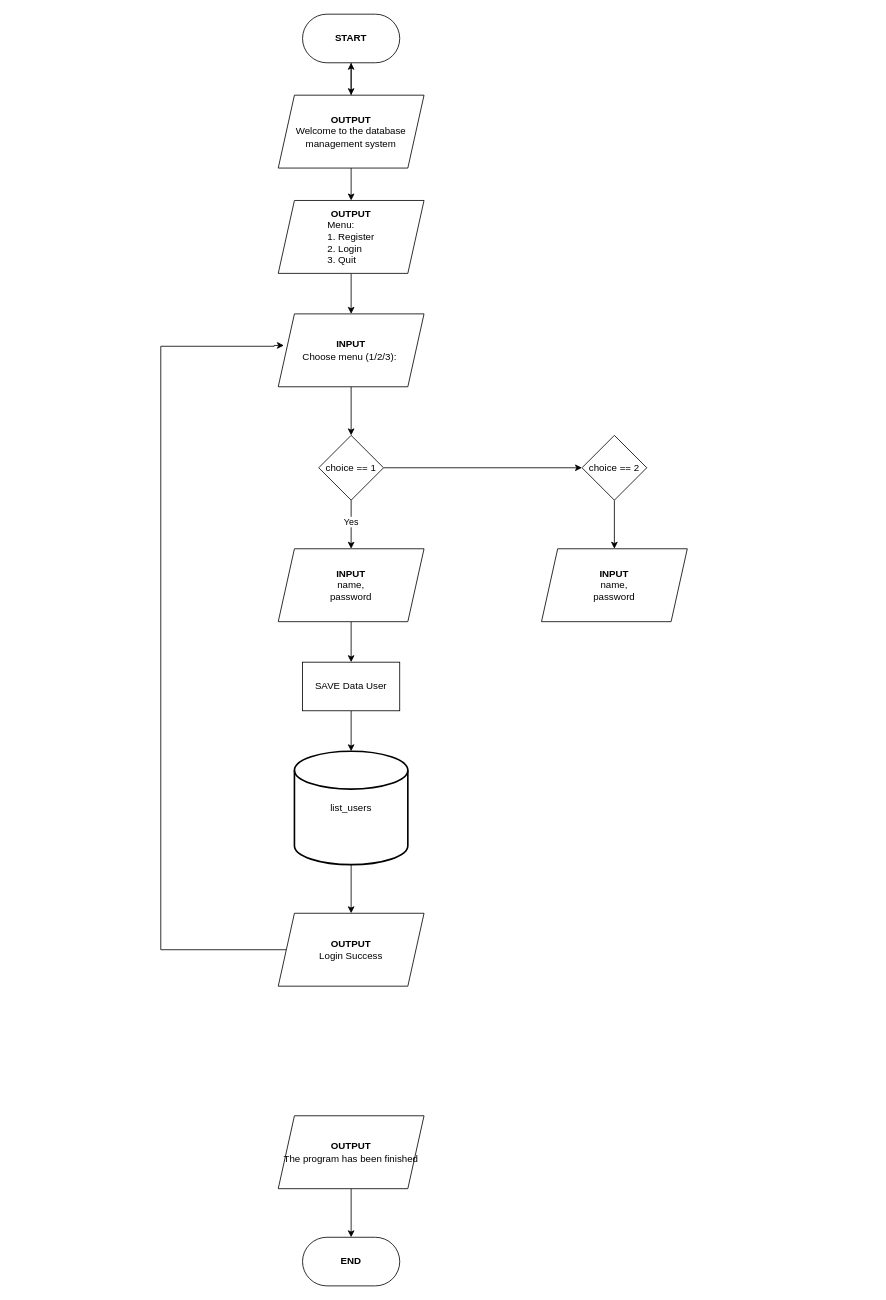
Earlier version of the draw.io diagram flowchart/posttest5.drawio (MatchaTi/apd). Source tidied: cells renumbered, new cells numbered last; positions are measured from the earlier drawing's top-left corner, leaving out a move shared by most shapes. Both pictures are drawn from the tidied source at 81%, with x=0, y=0 at pixel (160, 14).
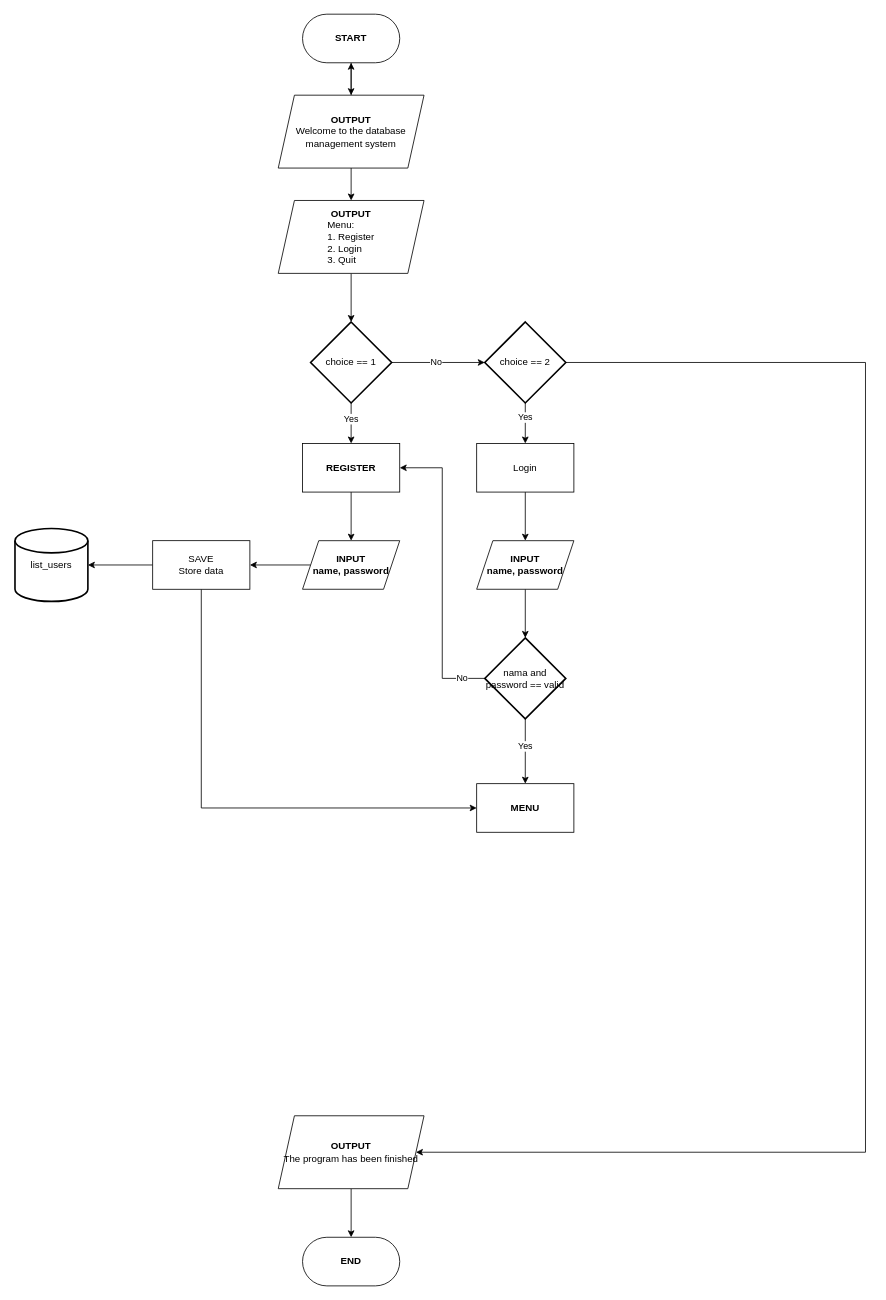
After the change.

Unchanged cells that the change refers to:
```xml
<mxCell id="8" value="&lt;b&gt;OUTPUT&lt;/b&gt;&lt;br&gt;&lt;div style=&quot;text-align: left;&quot;&gt;&lt;span style=&quot;background-color: initial;&quot;&gt;Menu:&lt;/span&gt;&lt;/div&gt;&lt;div style=&quot;text-align: left;&quot;&gt;1. Register&lt;/div&gt;&lt;div style=&quot;text-align: left;&quot;&gt;2. Login&lt;/div&gt;&lt;div style=&quot;text-align: left;&quot;&gt;3. Quit&lt;/div&gt;" style="shape=parallelogram;perimeter=parallelogramPerimeter;whiteSpace=wrap;html=1;fixedSize=1;" parent="1" vertex="1">
  <mxGeometry x="145" y="230" width="180" height="90" as="geometry" />
</mxCell>
<mxCell id="12" value="&lt;b&gt;OUTPUT&lt;/b&gt;&lt;br&gt;&lt;div style=&quot;text-align: left;&quot;&gt;The program has been finished&lt;/div&gt;" style="shape=parallelogram;perimeter=parallelogramPerimeter;whiteSpace=wrap;html=1;fixedSize=1;" parent="1" vertex="1">
  <mxGeometry x="145" y="1360" width="180" height="90" as="geometry" />
</mxCell>
```

The edit, as a diff of the source:
```diff
@@
-    <mxCell id="7" style="edgeStyle=orthogonalEdgeStyle;rounded=0;jettySize=auto;html=1;" parent="1" edge="1" source="8" target="10">
+    <mxCell id="7" style="edgeStyle=orthogonalEdgeStyle;rounded=0;jettySize=auto;html=1;entryX=0.5;entryY=0;entryDx=0;entryDy=0;entryPerimeter=0;" parent="1" edge="1" source="8" target="17">
       <mxGeometry relative="1" as="geometry" />
     </mxCell>
@@
-    <mxCell id="9" style="edgeStyle=orthogonalEdgeStyle;rounded=0;jettySize=auto;html=1;" parent="1" edge="1" source="10" target="17">
-      <mxGeometry relative="1" as="geometry" />
-    </mxCell>
-    <mxCell id="10" value="&lt;b&gt;INPUT&lt;/b&gt;&lt;br&gt;Choose menu (1/2/3):&amp;nbsp;" style="shape=parallelogram;perimeter=parallelogramPerimeter;whiteSpace=wrap;html=1;fixedSize=1;" parent="1" vertex="1">
-      <mxGeometry x="145" y="370" width="180" height="90" as="geometry" />
-    </mxCell>
@@
-    <mxCell id="14" style="edgeStyle=orthogonalEdgeStyle;rounded=0;jettySize=auto;html=1;" parent="1" edge="1" source="17" target="19">
-      <mxGeometry relative="1" as="geometry" />
-    </mxCell>
-    <mxCell id="15" value="Yes" style="edgeLabel;html=1;align=center;verticalAlign=middle;" parent="14" vertex="1">
-      <mxGeometry x="-0.12" y="-1" relative="1" as="geometry" />
-    </mxCell>
+    <mxCell id="29" style="edgeStyle=orthogonalEdgeStyle;rounded=0;jettySize=auto;html=1;entryX=0.5;entryY=0;entryDx=0;entryDy=0;" parent="1" edge="1" source="17" target="33">
+      <mxGeometry relative="1" as="geometry" />
+    </mxCell>
+    <mxCell id="30" value="Yes" style="edgeLabel;html=1;align=center;verticalAlign=middle;" parent="29" vertex="1">
+      <mxGeometry x="-0.26" y="5" relative="1" as="geometry">
+        <mxPoint x="-6" as="offset" />
+      </mxGeometry>
+    </mxCell>
-    <mxCell id="16" style="edgeStyle=orthogonalEdgeStyle;rounded=0;jettySize=auto;html=1;entryX=0;entryY=0.5;entryDx=0;entryDy=0;" parent="1" edge="1" source="17" target="25">
+    <mxCell id="16" style="edgeStyle=orthogonalEdgeStyle;rounded=0;jettySize=auto;html=1;" parent="1" edge="1" source="17" target="25">
       <mxGeometry relative="1" as="geometry" />
     </mxCell>
+    <mxCell id="31" value="No" style="edgeLabel;html=1;align=center;verticalAlign=middle;" parent="16" vertex="1">
+      <mxGeometry x="-0.07" y="4" relative="1" as="geometry">
+        <mxPoint x="1" y="3" as="offset" />
+      </mxGeometry>
+    </mxCell>
-    <mxCell id="17" value="choice == 1" style="rhombus;whiteSpace=wrap;html=1;" parent="1" vertex="1">
-      <mxGeometry x="195" y="520" width="80" height="80" as="geometry" />
+    <mxCell id="17" value="choice == 1" style="strokeWidth=2;html=1;shape=mxgraph.flowchart.decision;whiteSpace=wrap;" parent="1" vertex="1">
+      <mxGeometry x="185" y="380" width="100" height="100" as="geometry" />
     </mxCell>
-    <mxCell id="18" style="edgeStyle=orthogonalEdgeStyle;rounded=0;jettySize=auto;html=1;" parent="1" edge="1" source="19" target="21">
-      <mxGeometry relative="1" as="geometry" />
-    </mxCell>
-    <mxCell id="19" value="&lt;b&gt;INPUT&lt;br&gt;&lt;/b&gt;name,&lt;br&gt;password" style="shape=parallelogram;perimeter=parallelogramPerimeter;whiteSpace=wrap;html=1;fixedSize=1;" parent="1" vertex="1">
-      <mxGeometry x="145" y="660" width="180" height="90" as="geometry" />
-    </mxCell>
-    <mxCell id="20" style="edgeStyle=orthogonalEdgeStyle;rounded=0;jettySize=auto;html=1;" parent="1" edge="1" source="21" target="23">
-      <mxGeometry relative="1" as="geometry" />
-    </mxCell>
-    <mxCell id="21" value="SAVE Data User" style="rounded=0;whiteSpace=wrap;html=1;" parent="1" vertex="1">
-      <mxGeometry x="175" y="800" width="120" height="60" as="geometry" />
-    </mxCell>
-    <mxCell id="22" style="edgeStyle=orthogonalEdgeStyle;rounded=0;jettySize=auto;html=1;" parent="1" edge="1" source="23" target="28">
-      <mxGeometry relative="1" as="geometry" />
-    </mxCell>
+    <mxCell id="32" style="edgeStyle=orthogonalEdgeStyle;rounded=0;jettySize=auto;html=1;" parent="1" edge="1" source="33" target="35">
+      <mxGeometry relative="1" as="geometry" />
+    </mxCell>
+    <mxCell id="33" value="&lt;b&gt;REGISTER&lt;/b&gt;" style="rounded=0;whiteSpace=wrap;html=1;" parent="1" vertex="1">
+      <mxGeometry x="175" y="530" width="120" height="60" as="geometry" />
+    </mxCell>
+    <mxCell id="34" style="edgeStyle=orthogonalEdgeStyle;rounded=0;jettySize=auto;html=1;entryX=1;entryY=0.5;entryDx=0;entryDy=0;" parent="1" edge="1" source="35" target="38">
+      <mxGeometry relative="1" as="geometry" />
+    </mxCell>
+    <mxCell id="35" value="&lt;b&gt;INPUT&lt;br&gt;name, password&lt;br&gt;&lt;/b&gt;" style="shape=parallelogram;perimeter=parallelogramPerimeter;whiteSpace=wrap;html=1;fixedSize=1;" parent="1" vertex="1">
+      <mxGeometry x="175" y="650" width="120" height="60" as="geometry" />
+    </mxCell>
     <mxCell id="23" value="list_users" style="strokeWidth=2;html=1;shape=mxgraph.flowchart.database;whiteSpace=wrap;" parent="1" vertex="1">
-      <mxGeometry x="165" y="910" width="140" height="140" as="geometry" />
+      <mxGeometry x="-180" y="635" width="90" height="90" as="geometry" />
     </mxCell>
-    <mxCell id="24" style="edgeStyle=orthogonalEdgeStyle;rounded=0;jettySize=auto;html=1;" parent="1" edge="1" source="25" target="26">
-      <mxGeometry relative="1" as="geometry" />
-    </mxCell>
+    <mxCell id="36" style="edgeStyle=orthogonalEdgeStyle;rounded=0;jettySize=auto;html=1;" parent="1" edge="1" source="38" target="23">
+      <mxGeometry relative="1" as="geometry" />
+    </mxCell>
+    <mxCell id="37" style="edgeStyle=orthogonalEdgeStyle;rounded=0;jettySize=auto;html=1;entryX=0;entryY=0.5;entryDx=0;entryDy=0;" parent="1" edge="1" source="38" target="51">
+      <mxGeometry relative="1" as="geometry">
+        <Array as="points">
+          <mxPoint x="50" y="980" />
+        </Array>
+      </mxGeometry>
+    </mxCell>
+    <mxCell id="38" value="SAVE&lt;br&gt;Store data" style="rounded=0;whiteSpace=wrap;html=1;" parent="1" vertex="1">
+      <mxGeometry x="-10" y="650" width="120" height="60" as="geometry" />
+    </mxCell>
+    <mxCell id="39" style="edgeStyle=orthogonalEdgeStyle;rounded=0;jettySize=auto;html=1;" parent="1" edge="1" source="25" target="43">
+      <mxGeometry relative="1" as="geometry" />
+    </mxCell>
+    <mxCell id="40" value="Yes" style="edgeLabel;html=1;align=center;verticalAlign=middle;" parent="39" vertex="1">
+      <mxGeometry x="-0.31" y="4" relative="1" as="geometry">
+        <mxPoint x="-5" as="offset" />
+      </mxGeometry>
+    </mxCell>
+    <mxCell id="41" style="edgeStyle=orthogonalEdgeStyle;rounded=0;jettySize=auto;html=1;entryX=1;entryY=0.5;entryDx=0;entryDy=0;" parent="1" edge="1" source="25" target="12">
+      <mxGeometry relative="1" as="geometry">
+        <Array as="points">
+          <mxPoint x="870" y="430" />
+          <mxPoint x="870" y="1405" />
+        </Array>
+      </mxGeometry>
+    </mxCell>
-    <mxCell id="25" value="choice == 2" style="rhombus;whiteSpace=wrap;html=1;" parent="1" vertex="1">
-      <mxGeometry x="520" y="520" width="80" height="80" as="geometry" />
+    <mxCell id="25" value="choice == 2" style="strokeWidth=2;html=1;shape=mxgraph.flowchart.decision;whiteSpace=wrap;" parent="1" vertex="1">
+      <mxGeometry x="400" y="380" width="100" height="100" as="geometry" />
     </mxCell>
-    <mxCell id="26" value="&lt;b&gt;INPUT&lt;br&gt;&lt;/b&gt;name,&lt;br&gt;password" style="shape=parallelogram;perimeter=parallelogramPerimeter;whiteSpace=wrap;html=1;fixedSize=1;" parent="1" vertex="1">
-      <mxGeometry x="470" y="660" width="180" height="90" as="geometry" />
-    </mxCell>
-    <mxCell id="27" style="edgeStyle=orthogonalEdgeStyle;rounded=0;jettySize=auto;html=1;entryX=0.039;entryY=0.433;entryDx=0;entryDy=0;entryPerimeter=0;" parent="1" edge="1" source="28" target="10">
-      <mxGeometry relative="1" as="geometry">
-        <Array as="points">
-          <mxPoint y="1155" />
-          <mxPoint y="410" />
-          <mxPoint x="140" y="410" />
-        </Array>
-      </mxGeometry>
-    </mxCell>
-    <mxCell id="28" value="&lt;b&gt;OUTPUT&lt;br&gt;&lt;/b&gt;Login Success" style="shape=parallelogram;perimeter=parallelogramPerimeter;whiteSpace=wrap;html=1;fixedSize=1;" parent="1" vertex="1">
-      <mxGeometry x="145" y="1110" width="180" height="90" as="geometry" />
-    </mxCell>
+    <mxCell id="42" style="edgeStyle=orthogonalEdgeStyle;rounded=0;jettySize=auto;html=1;" parent="1" edge="1" source="43" target="45">
+      <mxGeometry relative="1" as="geometry" />
+    </mxCell>
+    <mxCell id="43" value="Login" style="rounded=0;whiteSpace=wrap;html=1;" parent="1" vertex="1">
+      <mxGeometry x="390" y="530" width="120" height="60" as="geometry" />
+    </mxCell>
+    <mxCell id="44" style="edgeStyle=orthogonalEdgeStyle;rounded=0;jettySize=auto;html=1;" parent="1" edge="1" source="45" target="50">
+      <mxGeometry relative="1" as="geometry" />
+    </mxCell>
+    <mxCell id="45" value="&lt;b&gt;INPUT&lt;br&gt;name, password&lt;br&gt;&lt;/b&gt;" style="shape=parallelogram;perimeter=parallelogramPerimeter;whiteSpace=wrap;html=1;fixedSize=1;" parent="1" vertex="1">
+      <mxGeometry x="390" y="650" width="120" height="60" as="geometry" />
+    </mxCell>
+    <mxCell id="46" style="edgeStyle=orthogonalEdgeStyle;rounded=0;jettySize=auto;html=1;entryX=1;entryY=0.5;entryDx=0;entryDy=0;" parent="1" edge="1" source="50" target="33">
+      <mxGeometry relative="1" as="geometry" />
+    </mxCell>
+    <mxCell id="47" value="No" style="edgeLabel;html=1;align=center;verticalAlign=middle;" parent="46" vertex="1">
+      <mxGeometry x="-0.82" y="-4" relative="1" as="geometry">
+        <mxPoint x="4" y="3" as="offset" />
+      </mxGeometry>
+    </mxCell>
+    <mxCell id="48" style="edgeStyle=orthogonalEdgeStyle;rounded=0;jettySize=auto;html=1;" parent="1" edge="1" source="50" target="51">
+      <mxGeometry relative="1" as="geometry" />
+    </mxCell>
+    <mxCell id="49" value="Yes" style="edgeLabel;html=1;align=center;verticalAlign=middle;" parent="48" vertex="1">
+      <mxGeometry x="-0.17" y="4" relative="1" as="geometry">
+        <mxPoint x="-5" as="offset" />
+      </mxGeometry>
+    </mxCell>
+    <mxCell id="50" value="nama and password == valid" style="strokeWidth=2;html=1;shape=mxgraph.flowchart.decision;whiteSpace=wrap;" parent="1" vertex="1">
+      <mxGeometry x="400" y="770" width="100" height="100" as="geometry" />
+    </mxCell>
+    <mxCell id="51" value="&lt;b&gt;MENU&lt;/b&gt;" style="rounded=0;whiteSpace=wrap;html=1;" parent="1" vertex="1">
+      <mxGeometry x="390" y="950" width="120" height="60" as="geometry" />
+    </mxCell>
```
